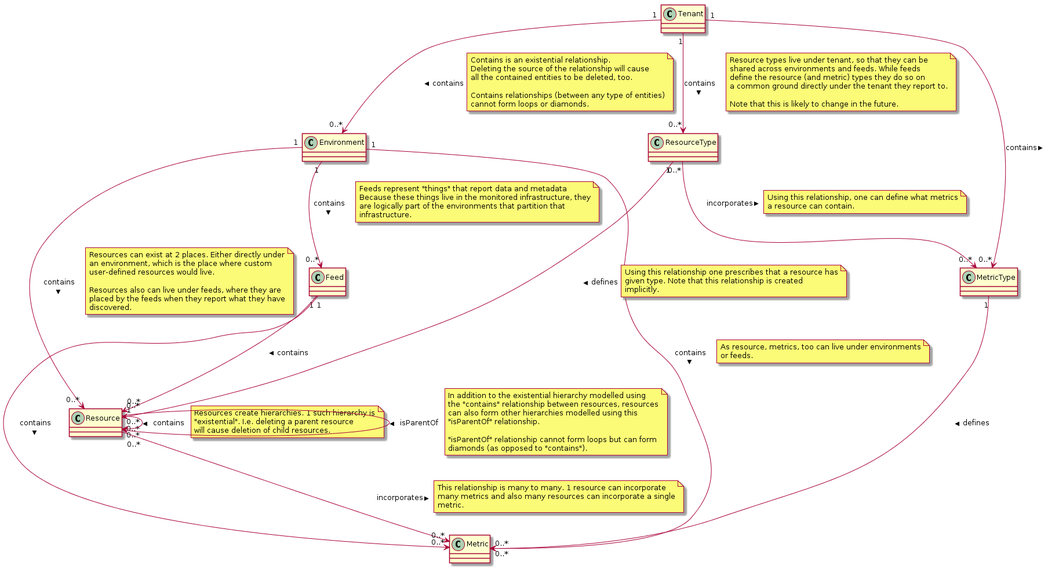
Before: src/main/jbake/assets/img/docs/components/inventory/index/inventory-entity-diagram.png, a diagram exported from PlantUML (hawkular/hawkular.github.io). The source it was exported from:
```plantuml
@startuml
top to bottom direction

class Tenant
class Environment
class Feed
class MetricType
class ResourceType
class Resource
class Metric

Tenant "1" --> "0..*" Environment: contains >
note right on link
    Contains is an existential relationship.
    Deleting the source of the relationship will cause
    all the contained entities to be deleted, too.

    Contains relationships (between any type of entities)
    cannot form loops or diamonds.
end note

Environment "1" --> "0..*" Resource: contains >
note right on link
    Resources can exist at 2 places. Either directly under
    an environment, which is the place where custom
    user-defined resources would live.

    Resources also can live under feeds, where they are
    placed by the feeds when they report what they have
    discovered.
end note

Environment "1" --> "0..*" Metric: contains >
note right on link
    As resource, metrics, too can live under environments
    or feeds.
end note

Tenant "1" --> "0..*" ResourceType: contains >
note right on link
    Resource types live under tenant, so that they can be
    shared across environments and feeds. While feeds
    define the resource (and metric) types they do so on
    a common ground directly under the tenant they report to.

    Note that this is likely to change in the future.
end note

Tenant "1" --> "0..*" MetricType: contains >

Environment "1" --> "0..*" Feed: contains >
note right on link
   Feeds represent "things" that report data and metadata
   Because these things live in the monitored infrastructure, they
   are logically part of the environments that partition that
   infrastructure.
end note

Feed "1" --> "0..*" Resource: contains >

Feed "1" --> "0..*" Metric: contains >

Resource "0..*" --> "0..*" Metric: incorporates >
note right on link
    This relationship is many to many. 1 resource can incorporate
    many metrics and also many resources can incorporate a single
    metric.
end note

ResourceType "0..*" --> "0..*" MetricType: incorporates >
note right on link
    Using this relationship, one can define what metrics
    a resource can contain.
end note

ResourceType "1" --> "0..*" Resource: defines >
note right on link
    Using this relationship one prescribes that a resource has
    given type. Note that this relationship is created
    implicitly.
end note

MetricType "1" --> "0..*" Metric: defines >

Resource "1" --> "0..*" Resource: contains >
note right on link
    Resources create hierarchies. 1 such hierarchy is
    "existential". I.e. deleting a parent resource
    will cause deletion of child resources.
end note

Resource "0..*" --> "0..*" Resource: isParentOf >
note right on link
    In addition to the existential hierarchy modelled using
    the "contains" relationship between resources, resources
    can also form other hierarchies modelled using this
    "isParentOf" relationship.

    "isParentOf" relationship cannot form loops but can form
    diamonds (as opposed to "contains").
end note

@enduml
```
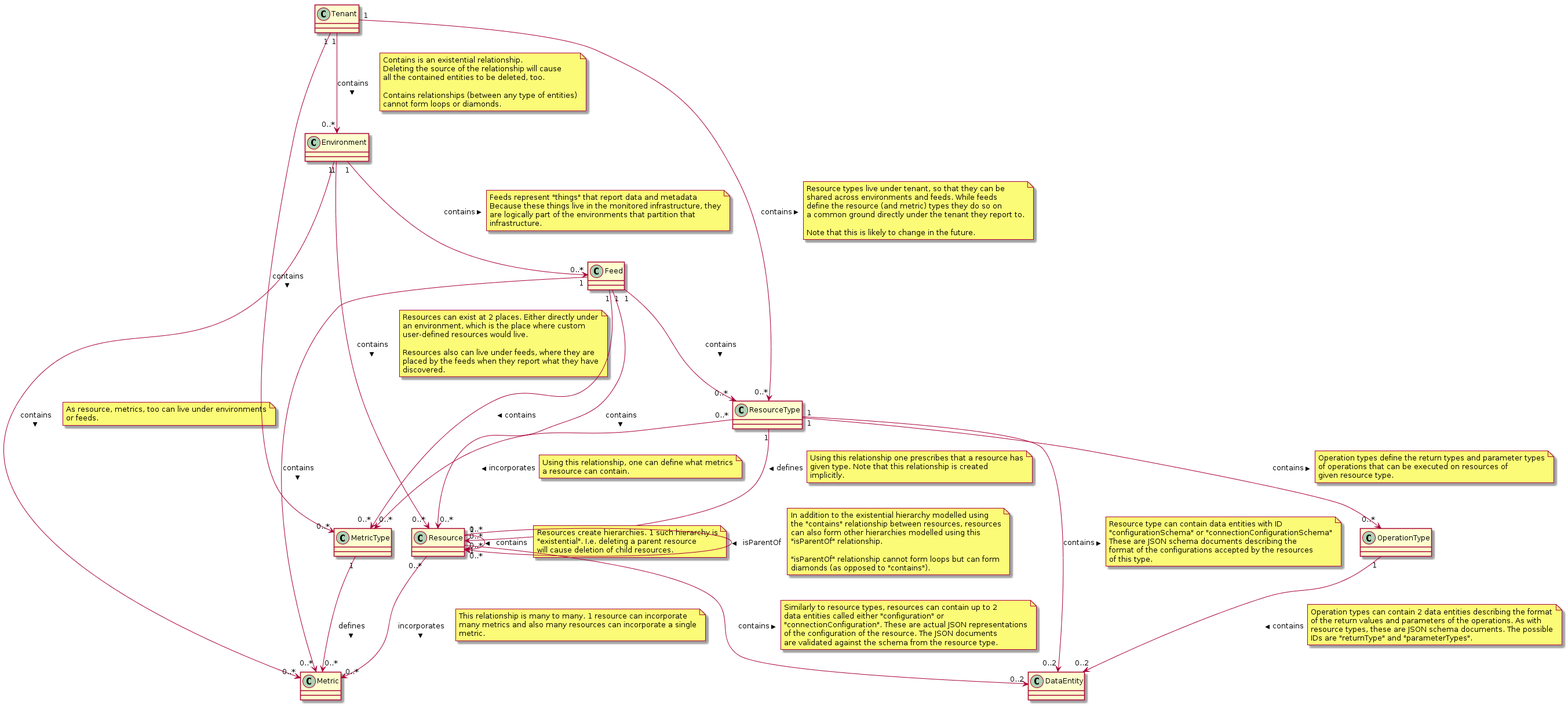
After the change.

Commit message:
Bringing the inventory docs up-to-date with 0.6.0.Final.

What changed in the source:
```diff
@@ -8,6 +8,8 @@
 class ResourceType
 class Resource
 class Metric
+class OperationType
+class DataEntity
 
 Tenant "1" --> "0..*" Environment: contains >
 note right on link
@@ -60,6 +62,10 @@
 
 Feed "1" --> "0..*" Metric: contains >
 
+Feed "1" --> "0..*" ResourceType: contains >
+
+Feed "1" --> "0..*" MetricType: contains >
+
 Resource "0..*" --> "0..*" Metric: incorporates >
 note right on link
     This relationship is many to many. 1 resource can incorporate
@@ -78,6 +84,22 @@
     Using this relationship one prescribes that a resource has
     given type. Note that this relationship is created
     implicitly.
+end note
+
+ResourceType "1" --> "0..*" OperationType: contains >
+note right on link
+    Operation types define the return types and parameter types
+    of operations that can be executed on resources of
+    given resource type.
+end note
+
+ResourceType "1" --> "0..2" DataEntity: contains >
+note right on link
+    Resource type can contain data entities with ID
+    "configurationSchema" or "connectionConfigurationSchema"
+    These are JSON schema documents describing the
+    format of the configurations accepted by the resources
+    of this type.
 end note
 
 MetricType "1" --> "0..*" Metric: defines >
@@ -100,4 +122,21 @@
     diamonds (as opposed to "contains").
 end note
 
+Resource "1" --> "0..2" DataEntity: contains >
+note right on link
+    Similarly to resource types, resources can contain up to 2
+    data entities called either "configuration" or
+    "connectionConfiguration". These are actual JSON representations
+    of the configuration of the resource. The JSON documents
+    are validated against the schema from the resource type.
+end note
+
+OperationType "1" --> "0..2" DataEntity: contains >
+note right on link
+    Operation types can contain 2 data entities describing the format
+    of the return values and parameters of the operations. As with
+    resource types, these are JSON schema documents. The possible
+    IDs are "returnType" and "parameterTypes".
+end note
+
 @enduml
```
